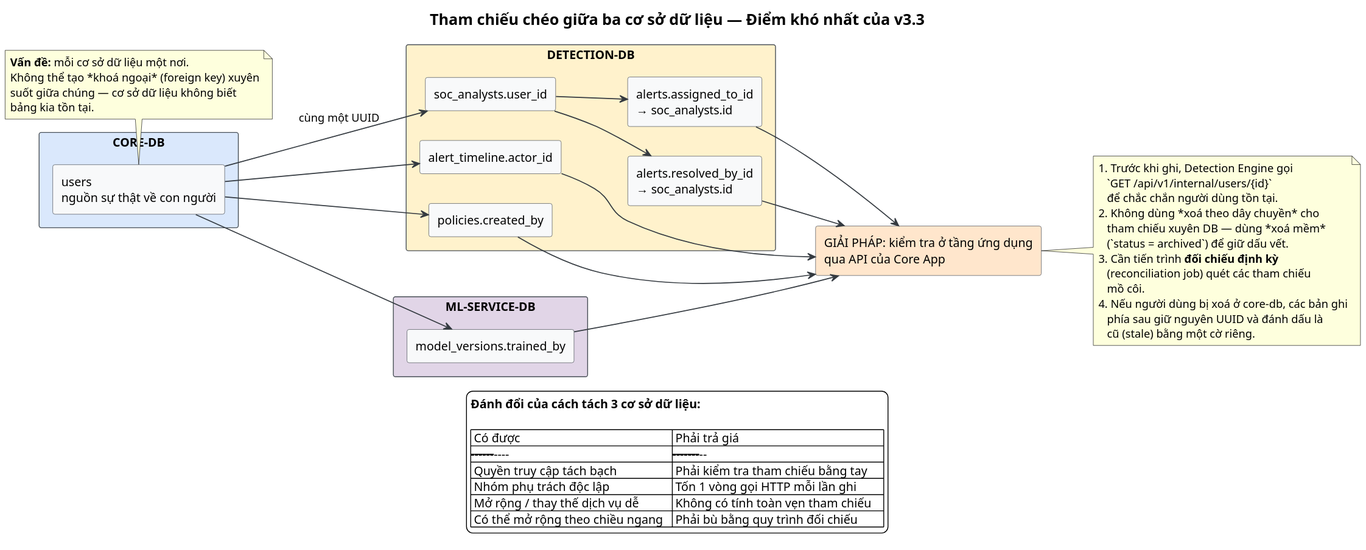
Earlier version of the PlantUML export docs/diagrams/v3.3-detect/12-tham-chieu-cheo-3-db.svg (Albert-Tuan/sentinel-auth). Its diagram source:
```plantuml
@startuml
skinparam backgroundColor #FFFFFF
skinparam shadowing false
skinparam defaultFontName Sans
skinparam rectangle {
  BackgroundColor #F8F9FA
  BorderColor #495057
}
skinparam ArrowColor #343A40
skinparam ArrowThickness 1.2
skinparam titleFontSize 18

title Tham chiếu chéo giữa ba cơ sở dữ liệu — Điểm khó nhất của v3.3

left to right direction

rectangle "CORE-DB" as CDB #DAE8FC {
  rectangle "users\nnguồn sự thật về con người" as U
}

rectangle "DETECTION-DB" as DDB #FFF2CC {
  rectangle "soc_analysts.user_id" as SA
  rectangle "alerts.assigned_to_id\n→ soc_analysts.id" as A1
  rectangle "alerts.resolved_by_id\n→ soc_analysts.id" as A2
  rectangle "alert_timeline.actor_id" as AT
  rectangle "policies.created_by" as PC
}

rectangle "ML-SERVICE-DB" as MDB #E1D5E7 {
  rectangle "model_versions.trained_by" as MV
}

U --> SA : cùng một UUID
SA --> A1
SA --> A2
U --> AT
U --> PC
U --> MV

note bottom of U
  **Vấn đề:** mỗi cơ sở dữ liệu một nơi.
  Không thể tạo *khoá ngoại* (foreign key) xuyên
  suốt giữa chúng — cơ sở dữ liệu không biết
  bảng kia tồn tại.
end note

rectangle "GIẢI PHÁP: kiểm tra ở tầng ứng dụng\nqua API của Core App" as SOL #FFE6CC
note right of SOL
  1. Trước khi ghi, Detection Engine gọi
     `GET /api/v1/internal/users/{id}`
     để chắc chắn người dùng tồn tại.
  2. Không dùng *xoá theo dây chuyền* cho
     tham chiếu xuyên DB — dùng *xoá mềm*
     (`status = archived`) để giữ dấu vết.
  3. Cần tiến trình **đối chiếu định kỳ**
     (reconciliation job) quét các tham chiếu
     mồ côi.
  4. Nếu người dùng bị xoá ở core-db, các bản ghi
     phía sau giữ nguyên UUID và đánh dấu là
     cũ (stale) bằng một cờ riêng.
end note

A1 --> SOL
A2 --> SOL
AT --> SOL
PC --> SOL
MV --> SOL

legend bottom
**Đánh đổi của cách tách 3 cơ sở dữ liệu:**

| Có được                          | Phải trả giá                        |
|----------------------------------|-------------------------------------|
| Quyền truy cập tách bạch          | Phải kiểm tra tham chiếu bằng tay   |
| Nhóm phụ trách độc lập            | Tốn 1 vòng gọi HTTP mỗi lần ghi      |
| Mở rộng / thay thế dịch vụ dễ     | Không có tính toàn vẹn tham chiếu    |
| Có thể mở rộng theo chiều ngang   | Phải bù bằng quy trình đối chiếu    |
endlegend
@enduml
```
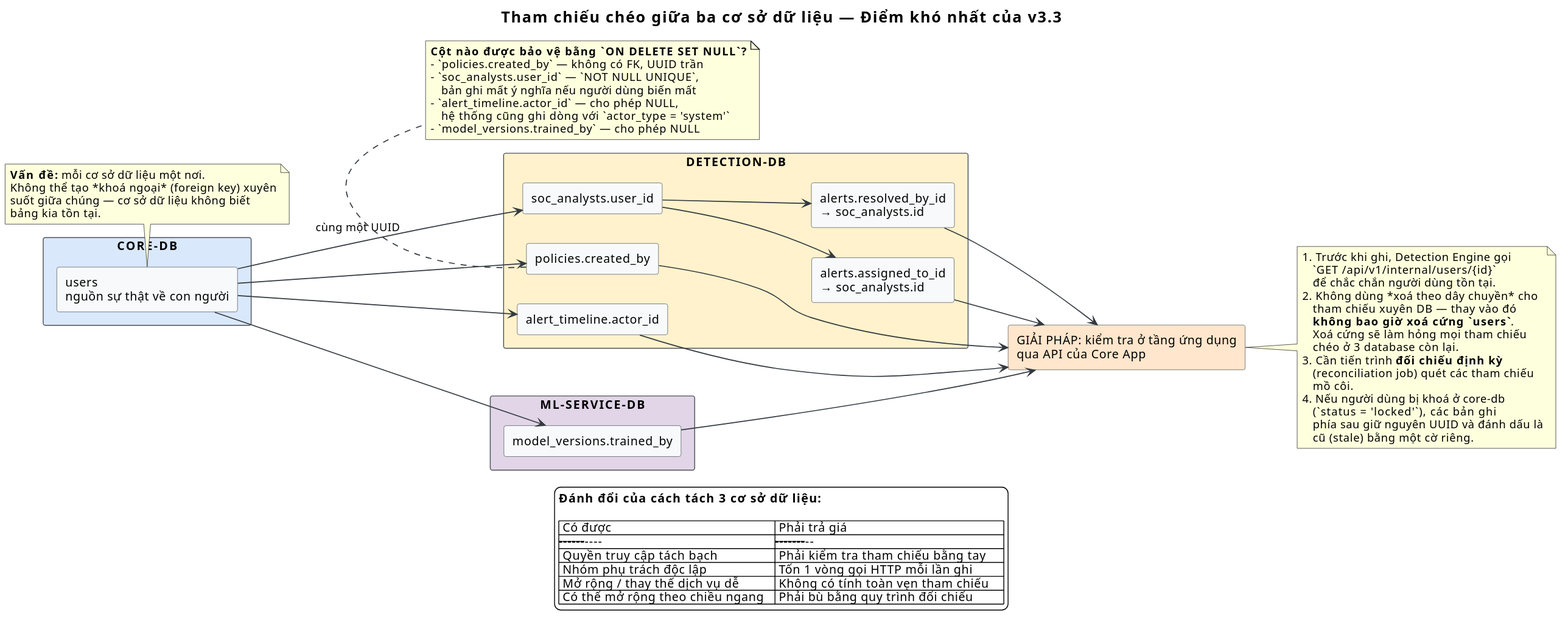
Above is the later version.

The edit, as a diff of the source:
```diff
@@ -44,18 +44,31 @@
   bảng kia tồn tại.
 end note
 
+note bottom of PC
+  **Cột nào được bảo vệ bằng `ON DELETE SET NULL`?**
+  - `policies.created_by` — không có FK, UUID trần
+  - `soc_analysts.user_id` — `NOT NULL UNIQUE`,
+     bản ghi mất ý nghĩa nếu người dùng biến mất
+  - `alert_timeline.actor_id` — cho phép NULL,
+     hệ thống cũng ghi dòng với `actor_type = 'system'`
+  - `model_versions.trained_by` — cho phép NULL
+end note
+
 rectangle "GIẢI PHÁP: kiểm tra ở tầng ứng dụng\nqua API của Core App" as SOL #FFE6CC
 note right of SOL
   1. Trước khi ghi, Detection Engine gọi
      `GET /api/v1/internal/users/{id}`
      để chắc chắn người dùng tồn tại.
   2. Không dùng *xoá theo dây chuyền* cho
-     tham chiếu xuyên DB — dùng *xoá mềm*
-     (`status = archived`) để giữ dấu vết.
+     tham chiếu xuyên DB — thay vào đó
+     **không bao giờ xoá cứng `users`**.
+     Xoá cứng sẽ làm hỏng mọi tham chiếu
+     chéo ở 3 database còn lại.
   3. Cần tiến trình **đối chiếu định kỳ**
      (reconciliation job) quét các tham chiếu
      mồ côi.
-  4. Nếu người dùng bị xoá ở core-db, các bản ghi
+  4. Nếu người dùng bị khoá ở core-db
+     (`status = 'locked'`), các bản ghi
      phía sau giữ nguyên UUID và đánh dấu là
      cũ (stale) bằng một cờ riêng.
 end note
```
